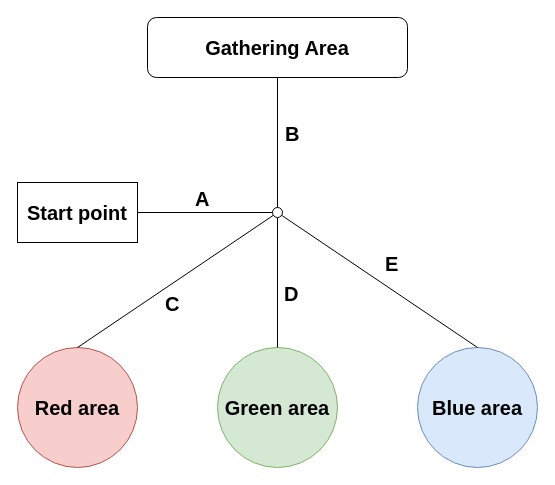
Above: page "Test case description" (11 of 15) of Pictures/drawio/Chart_for_Report.drawio in Vinh1222001/Product_Classification_and_Delivery_Robot (draw.io), before the change. Source tidied: cells renumbered, new cells numbered last; positions are measured from the earlier drawing's top-left corner, leaving out a move shared by most shapes. Both pictures are drawn from the tidied source at 100%, with x=0, y=0 at pixel (17, 17).
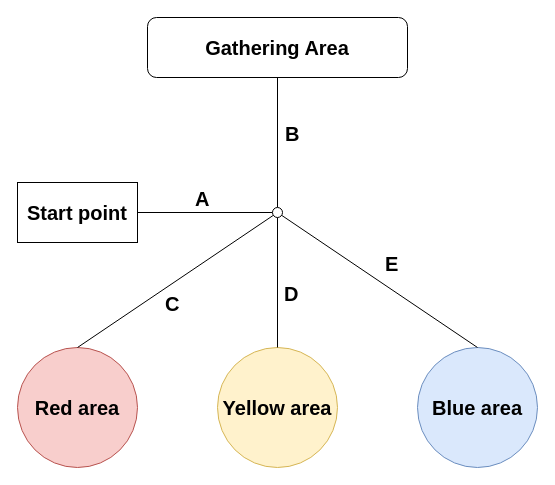
The same page after the edit.

The edit, as a diff of the source:
```diff
@@
-    <mxCell id="9" value="Green area" style="ellipse;whiteSpace=wrap;html=1;fontSize=20;perimeterSpacing=0;fillColor=#d5e8d4;strokeColor=#82b366;fontStyle=1;" parent="1" vertex="1">
+    <mxCell id="9" value="Yellow area" style="ellipse;whiteSpace=wrap;html=1;fontSize=20;perimeterSpacing=0;fillColor=#fff2cc;strokeColor=#d6b656;fontStyle=1;" parent="1" vertex="1">
       <mxGeometry x="200" y="330" width="120" height="120" as="geometry" />
     </mxCell>
```
